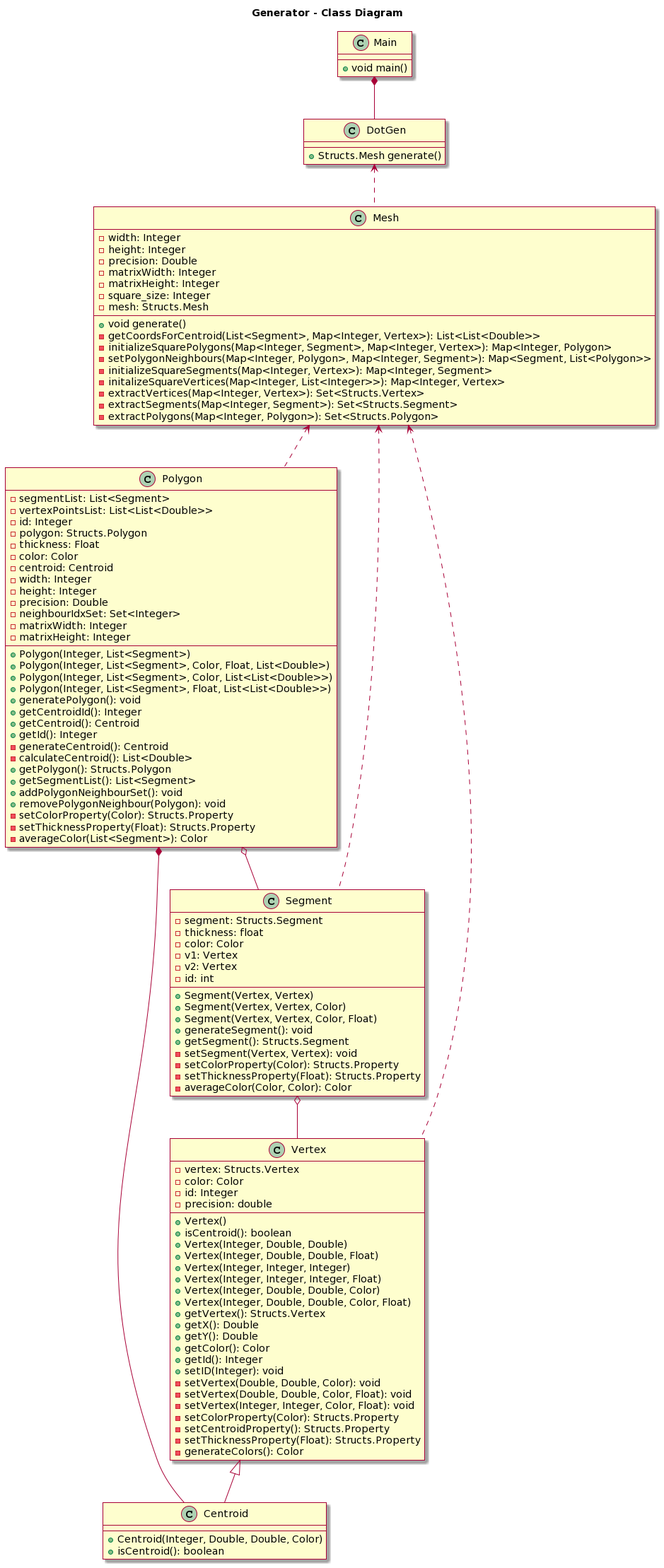
The PlantUML diagram umlDiagrams/part2Generator.png in itshady/Island-Generator, before a commit.
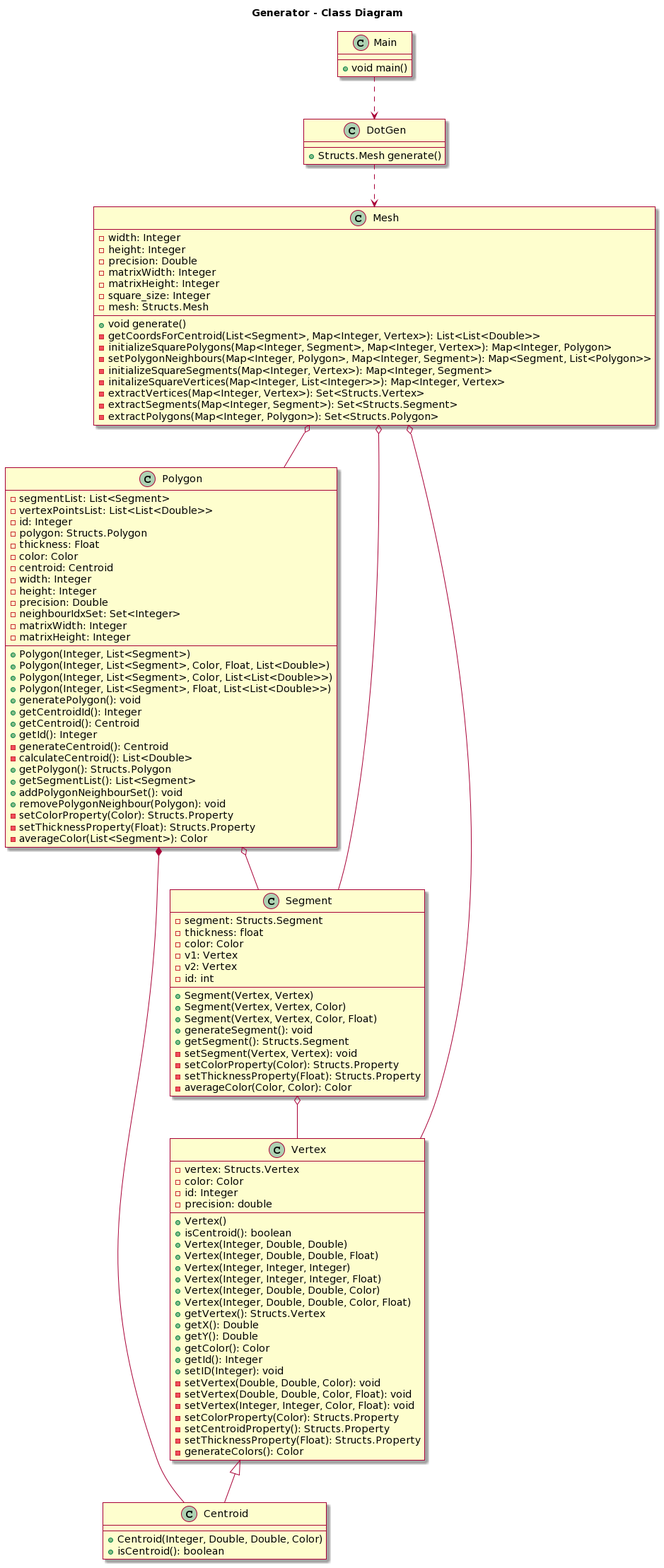
The same diagram one commit later.

Commit message:
Re-edited the uml text files

Diff of the diagram source:
```diff
@@ -111,11 +111,11 @@
   +isCentroid(): boolean
 }
 
-Main *-- DotGen
-DotGen <.. Mesh
-Mesh <.. Polygon
-Mesh <.. Segment
-Mesh <.. Vertex
+Main ..> DotGen
+DotGen ..> Mesh
+Mesh o-- Polygon
+Mesh o-- Segment
+Mesh o-- Vertex
 Polygon *-- Centroid
 Polygon o-- Segment
 Segment o-- Vertex
```
